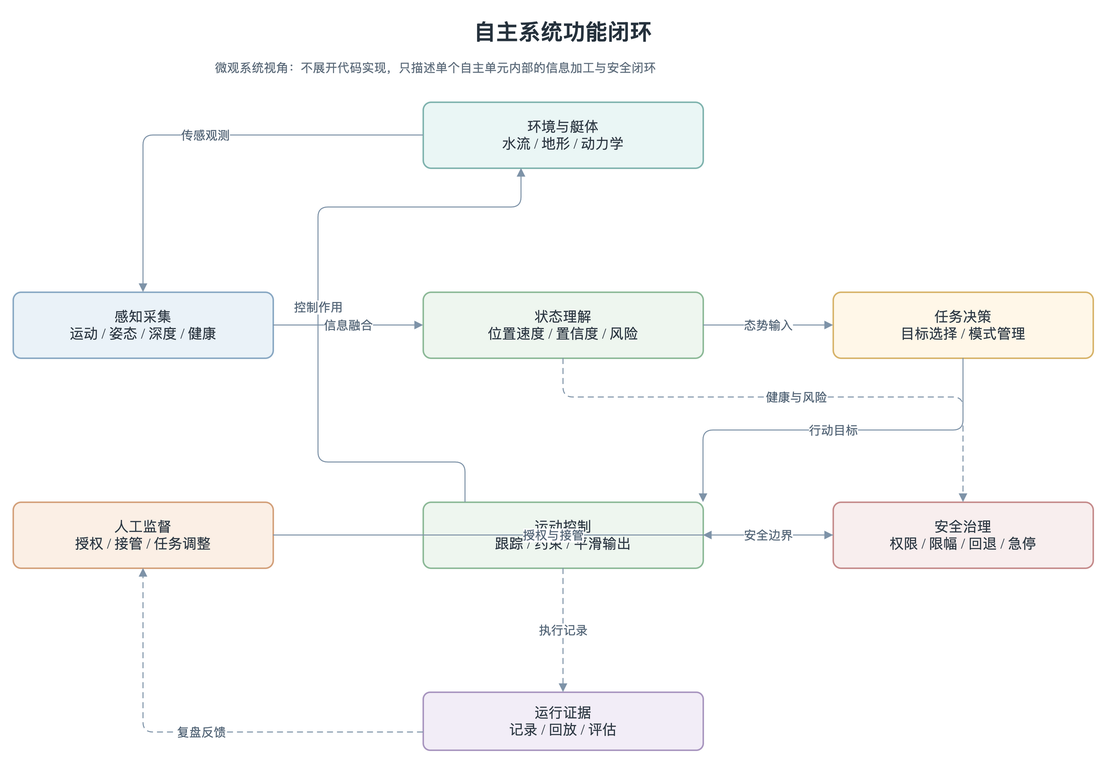
This is docs/thesis/figures/architecture/auv_system_autonomy_functional_loop.drawio.png from 360ZMEM/AUV-Master-Project, a draw.io export, as it was before one commit. Source tidied: cells renumbered, new cells last; positions are measured from the earlier drawing's top-left corner, leaving out a move shared by most shapes.
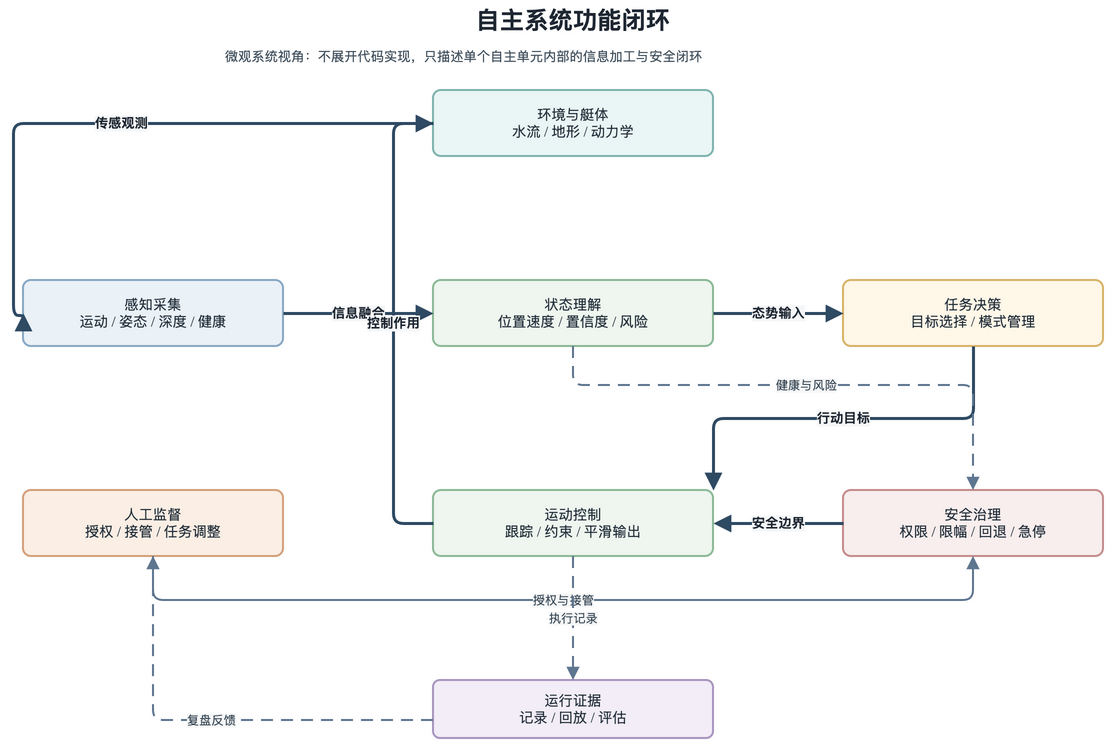
Later version of the same file.

The edit, as a diff of the source:
```diff
@@ -2,63 +2,73 @@
   <root>
     <mxCell id="0" />
     <mxCell id="1" parent="0" />
-    <mxCell id="2" value="自主系统功能闭环" style="text;html=1;strokeColor=none;fillColor=none;align=center;verticalAlign=middle;whiteSpace=wrap;rounded=0;fontFamily=Noto Serif CJK SC,Times New Roman;fontSize=22;fontStyle=1;fontColor=#26323D;" parent="1" vertex="1">
+    <mxCell id="2" value="自主系统功能闭环" style="text;html=1;strokeColor=none;fillColor=none;align=center;verticalAlign=middle;whiteSpace=wrap;rounded=0;fontFamily=Noto Serif CJK SC,Times New Roman;fontSize=24;fontStyle=1;fontColor=#1E2732;" parent="1" vertex="1">
       <mxGeometry x="240" width="620" height="40" as="geometry" />
     </mxCell>
-    <mxCell id="3" value="微观系统视角：不展开代码实现，只描述单个自主单元内部的信息加工与安全闭环" style="text;html=1;strokeColor=none;fillColor=none;align=left;verticalAlign=top;whiteSpace=wrap;rounded=0;fontFamily=Noto Serif CJK SC,Times New Roman;fontSize=12;fontColor=#5C6B7A;" parent="1" vertex="1">
+    <mxCell id="3" value="微观系统视角：不展开代码实现，只描述单个自主单元内部的信息加工与安全闭环" style="text;html=1;strokeColor=none;fillColor=none;align=left;verticalAlign=top;whiteSpace=wrap;rounded=0;fontFamily=Noto Serif CJK SC,Times New Roman;fontSize=13;fontColor=#43525F;" parent="1" vertex="1">
       <mxGeometry x="200" y="42" width="720" height="34" as="geometry" />
     </mxCell>
-    <mxCell id="4" value="环境与艇体&#10;水流 / 地形 / 动力学" style="rounded=1;whiteSpace=wrap;html=1;arcSize=12;fillColor=#EAF6F5;strokeColor=#80B4AF;strokeWidth=1.5;spacing=8;fontFamily=Noto Serif CJK SC,Times New Roman;fontSize=14;fontColor=#2F3A45;" parent="1" vertex="1">
+    <mxCell id="4" value="环境与艇体&#10;水流 / 地形 / 动力学" style="rounded=1;whiteSpace=wrap;html=1;arcSize=12;fillColor=#EAF6F5;strokeColor=#80B4AF;strokeWidth=2;spacing=8;shadow=0;fontFamily=Noto Serif CJK SC,Times New Roman;fontSize=14;fontColor=#26323D;" parent="1" vertex="1">
       <mxGeometry x="410" y="90" width="280" height="66" as="geometry" />
     </mxCell>
-    <mxCell id="5" value="感知采集&#10;运动 / 姿态 / 深度 / 健康" style="rounded=1;whiteSpace=wrap;html=1;arcSize=12;fillColor=#EAF2F8;strokeColor=#8AA9C4;strokeWidth=1.5;spacing=8;fontFamily=Noto Serif CJK SC,Times New Roman;fontSize=14;fontColor=#2F3A45;" parent="1" vertex="1">
+    <mxCell id="5" value="感知采集&#10;运动 / 姿态 / 深度 / 健康" style="rounded=1;whiteSpace=wrap;html=1;arcSize=12;fillColor=#EAF2F8;strokeColor=#8AA9C4;strokeWidth=2;spacing=8;shadow=0;fontFamily=Noto Serif CJK SC,Times New Roman;fontSize=14;fontColor=#26323D;" parent="1" vertex="1">
       <mxGeometry y="280" width="260" height="66" as="geometry" />
     </mxCell>
-    <mxCell id="6" value="状态理解&#10;位置速度 / 置信度 / 风险" style="rounded=1;whiteSpace=wrap;html=1;arcSize=12;fillColor=#EEF6EF;strokeColor=#8DBA98;strokeWidth=1.5;spacing=8;fontFamily=Noto Serif CJK SC,Times New Roman;fontSize=14;fontColor=#2F3A45;" parent="1" vertex="1">
+    <mxCell id="6" value="状态理解&#10;位置速度 / 置信度 / 风险" style="rounded=1;whiteSpace=wrap;html=1;arcSize=12;fillColor=#EEF6EF;strokeColor=#8DBA98;strokeWidth=2;spacing=8;shadow=0;fontFamily=Noto Serif CJK SC,Times New Roman;fontSize=14;fontColor=#26323D;" parent="1" vertex="1">
       <mxGeometry x="410" y="280" width="280" height="66" as="geometry" />
     </mxCell>
-    <mxCell id="7" value="任务决策&#10;目标选择 / 模式管理" style="rounded=1;whiteSpace=wrap;html=1;arcSize=12;fillColor=#FFF7E8;strokeColor=#D8B46A;strokeWidth=1.5;spacing=8;fontFamily=Noto Serif CJK SC,Times New Roman;fontSize=14;fontColor=#2F3A45;" parent="1" vertex="1">
+    <mxCell id="7" value="任务决策&#10;目标选择 / 模式管理" style="rounded=1;whiteSpace=wrap;html=1;arcSize=12;fillColor=#FFF7E8;strokeColor=#D8B46A;strokeWidth=2;spacing=8;shadow=0;fontFamily=Noto Serif CJK SC,Times New Roman;fontSize=14;fontColor=#26323D;" parent="1" vertex="1">
       <mxGeometry x="820" y="280" width="260" height="66" as="geometry" />
     </mxCell>
-    <mxCell id="8" value="运动控制&#10;跟踪 / 约束 / 平滑输出" style="rounded=1;whiteSpace=wrap;html=1;arcSize=12;fillColor=#EEF6EF;strokeColor=#8DBA98;strokeWidth=1.5;spacing=8;fontFamily=Noto Serif CJK SC,Times New Roman;fontSize=14;fontColor=#2F3A45;" parent="1" vertex="1">
+    <mxCell id="8" value="运动控制&#10;跟踪 / 约束 / 平滑输出" style="rounded=1;whiteSpace=wrap;html=1;arcSize=12;fillColor=#EEF6EF;strokeColor=#8DBA98;strokeWidth=2;spacing=8;shadow=0;fontFamily=Noto Serif CJK SC,Times New Roman;fontSize=14;fontColor=#26323D;" parent="1" vertex="1">
       <mxGeometry x="410" y="490" width="280" height="66" as="geometry" />
     </mxCell>
-    <mxCell id="9" value="安全治理&#10;权限 / 限幅 / 回退 / 急停" style="rounded=1;whiteSpace=wrap;html=1;arcSize=12;fillColor=#F8EEEE;strokeColor=#C68C8C;strokeWidth=1.5;spacing=8;fontFamily=Noto Serif CJK SC,Times New Roman;fontSize=14;fontColor=#2F3A45;" parent="1" vertex="1">
+    <mxCell id="9" value="安全治理&#10;权限 / 限幅 / 回退 / 急停" style="rounded=1;whiteSpace=wrap;html=1;arcSize=12;fillColor=#F8EEEE;strokeColor=#C68C8C;strokeWidth=2;spacing=8;shadow=0;fontFamily=Noto Serif CJK SC,Times New Roman;fontSize=14;fontColor=#26323D;" parent="1" vertex="1">
       <mxGeometry x="820" y="490" width="260" height="66" as="geometry" />
     </mxCell>
-    <mxCell id="10" value="人工监督&#10;授权 / 接管 / 任务调整" style="rounded=1;whiteSpace=wrap;html=1;arcSize=12;fillColor=#FBEFE5;strokeColor=#D4A17B;strokeWidth=1.5;spacing=8;fontFamily=Noto Serif CJK SC,Times New Roman;fontSize=14;fontColor=#2F3A45;" parent="1" vertex="1">
+    <mxCell id="10" value="人工监督&#10;授权 / 接管 / 任务调整" style="rounded=1;whiteSpace=wrap;html=1;arcSize=12;fillColor=#FBEFE5;strokeColor=#D4A17B;strokeWidth=2;spacing=8;shadow=0;fontFamily=Noto Serif CJK SC,Times New Roman;fontSize=14;fontColor=#26323D;" parent="1" vertex="1">
       <mxGeometry y="490" width="260" height="66" as="geometry" />
     </mxCell>
-    <mxCell id="11" value="运行证据&#10;记录 / 回放 / 评估" style="rounded=1;whiteSpace=wrap;html=1;arcSize=12;fillColor=#F2EDF7;strokeColor=#A996C0;strokeWidth=1.5;spacing=8;fontFamily=Noto Serif CJK SC,Times New Roman;fontSize=14;fontColor=#2F3A45;" parent="1" vertex="1">
+    <mxCell id="11" value="运行证据&#10;记录 / 回放 / 评估" style="rounded=1;whiteSpace=wrap;html=1;arcSize=12;fillColor=#F2EDF7;strokeColor=#A996C0;strokeWidth=2;spacing=8;shadow=0;fontFamily=Noto Serif CJK SC,Times New Roman;fontSize=14;fontColor=#26323D;" parent="1" vertex="1">
       <mxGeometry x="410" y="680" width="280" height="58" as="geometry" />
     </mxCell>
-    <mxCell id="12" value="传感观测" style="edgeStyle=orthogonalEdgeStyle;rounded=1;jettySize=auto;html=1;strokeColor=#7E93A8;fontColor=#536577;fontSize=12;endArrow=block;endFill=1;exitX=0;entryX=0.5;entryY=0;" parent="1" edge="1" source="4" target="5">
-      <mxGeometry relative="1" as="geometry" />
+    <mxCell id="12" value="传感观测" style="edgeStyle=orthogonalEdgeStyle;rounded=1;jettySize=auto;html=1;strokeColor=#2F4A63;fontColor=#1E2732;fontSize=13;fontStyle=1;strokeWidth=3;labelBackgroundColor=#F6F7F8;labelBorderColor=none;endArrow=block;endFill=1;endSize=10;exitX=0;exitY=0.5;entryX=0;entryY=0.5;" parent="1" edge="1" source="4" target="5">
+      <mxGeometry relative="1" as="geometry">
+        <Array as="points">
+          <mxPoint x="-10" y="123" />
+          <mxPoint x="-10" y="315" />
+        </Array>
+      </mxGeometry>
     </mxCell>
-    <mxCell id="13" value="信息融合" style="edgeStyle=orthogonalEdgeStyle;rounded=1;jettySize=auto;html=1;strokeColor=#7E93A8;fontColor=#536577;fontSize=12;endArrow=block;endFill=1;exitX=1;entryX=0;" parent="1" edge="1" source="5" target="6">
+    <mxCell id="13" value="信息融合" style="edgeStyle=orthogonalEdgeStyle;rounded=1;jettySize=auto;html=1;strokeColor=#2F4A63;fontColor=#1E2732;fontSize=13;fontStyle=1;strokeWidth=3;labelBackgroundColor=#F6F7F8;labelBorderColor=none;endArrow=block;endFill=1;endSize=10;exitX=1;entryX=0;" parent="1" edge="1" source="5" target="6">
       <mxGeometry relative="1" as="geometry" />
     </mxCell>
-    <mxCell id="14" value="态势输入" style="edgeStyle=orthogonalEdgeStyle;rounded=1;jettySize=auto;html=1;strokeColor=#7E93A8;fontColor=#536577;fontSize=12;endArrow=block;endFill=1;exitX=1;entryX=0;" parent="1" edge="1" source="6" target="7">
+    <mxCell id="14" value="态势输入" style="edgeStyle=orthogonalEdgeStyle;rounded=1;jettySize=auto;html=1;strokeColor=#2F4A63;fontColor=#1E2732;fontSize=13;fontStyle=1;strokeWidth=3;labelBackgroundColor=#F6F7F8;labelBorderColor=none;endArrow=block;endFill=1;endSize=10;exitX=1;entryX=0;" parent="1" edge="1" source="6" target="7">
       <mxGeometry relative="1" as="geometry" />
     </mxCell>
-    <mxCell id="15" value="行动目标" style="edgeStyle=orthogonalEdgeStyle;rounded=1;jettySize=auto;html=1;strokeColor=#7E93A8;fontColor=#536577;fontSize=12;endArrow=block;endFill=1;exitX=0.5;exitY=1;entryX=1;entryY=0;" parent="1" edge="1" source="7" target="8">
+    <mxCell id="15" value="行动目标" style="edgeStyle=orthogonalEdgeStyle;rounded=1;jettySize=auto;html=1;strokeColor=#2F4A63;fontColor=#1E2732;fontSize=13;fontStyle=1;strokeWidth=3;labelBackgroundColor=#F6F7F8;labelBorderColor=none;endArrow=block;endFill=1;endSize=10;exitX=0.5;exitY=1;entryX=1;entryY=0;" parent="1" edge="1" source="7" target="8">
       <mxGeometry relative="1" as="geometry" />
     </mxCell>
-    <mxCell id="16" value="控制作用" style="edgeStyle=orthogonalEdgeStyle;rounded=1;jettySize=auto;html=1;strokeColor=#7E93A8;fontColor=#536577;fontSize=12;endArrow=block;endFill=1;exitX=0.15;exitY=0;entryX=0.35;entryY=1;" parent="1" edge="1" source="8" target="4">
+    <mxCell id="16" value="控制作用" style="edgeStyle=orthogonalEdgeStyle;rounded=1;jettySize=auto;html=1;strokeColor=#2F4A63;fontColor=#1E2732;fontSize=13;fontStyle=1;strokeWidth=3;labelBackgroundColor=#F6F7F8;labelBorderColor=none;endArrow=block;endFill=1;endSize=10;exitX=0;exitY=0.5;entryX=0;entryY=0.5;" parent="1" edge="1" source="8" target="4">
       <mxGeometry relative="1" as="geometry">
         <Array as="points">
-          <mxPoint x="305" y="450" />
-          <mxPoint x="305" y="195" />
+          <mxPoint x="370" y="523" />
+          <mxPoint x="370" y="123" />
         </Array>
       </mxGeometry>
     </mxCell>
-    <mxCell id="17" value="授权与接管" style="edgeStyle=orthogonalEdgeStyle;rounded=1;jettySize=auto;html=1;strokeColor=#7E93A8;fontColor=#536577;fontSize=12;endArrow=block;endFill=1;exitX=1;entryX=0;" parent="1" edge="1" source="10" target="9">
-      <mxGeometry relative="1" as="geometry" />
+    <mxCell id="17" value="授权与接管" style="edgeStyle=orthogonalEdgeStyle;rounded=1;jettySize=auto;html=1;strokeColor=#5F7690;fontColor=#3B4A57;fontSize=12;strokeWidth=2;labelBackgroundColor=#F6F7F8;labelBorderColor=none;endArrow=block;endFill=1;endSize=8;exitX=0.5;exitY=1;entryX=0.5;entryY=1;" parent="1" edge="1" source="10" target="9">
+      <mxGeometry relative="1" as="geometry">
+        <Array as="points">
+          <mxPoint x="130" y="600" />
+          <mxPoint x="950" y="600" />
+        </Array>
+      </mxGeometry>
     </mxCell>
-    <mxCell id="18" value="安全边界" style="edgeStyle=orthogonalEdgeStyle;rounded=1;jettySize=auto;html=1;strokeColor=#7E93A8;fontColor=#536577;fontSize=12;endArrow=block;endFill=1;exitX=0;entryX=1;" parent="1" edge="1" source="9" target="8">
+    <mxCell id="18" value="安全边界" style="edgeStyle=orthogonalEdgeStyle;rounded=1;jettySize=auto;html=1;strokeColor=#2F4A63;fontColor=#1E2732;fontSize=13;fontStyle=1;strokeWidth=3;labelBackgroundColor=#F6F7F8;labelBorderColor=none;endArrow=block;endFill=1;endSize=10;exitX=0;entryX=1;" parent="1" edge="1" source="9" target="8">
       <mxGeometry relative="1" as="geometry" />
     </mxCell>
-    <mxCell id="19" value="健康与风险" style="edgeStyle=orthogonalEdgeStyle;rounded=1;jettySize=auto;html=1;strokeColor=#7E93A8;fontColor=#536577;fontSize=12;endArrow=block;endFill=1;dashed=1;dashPattern=6 4;exitX=1;entryX=0.5;entryY=0;" parent="1" edge="1" source="6" target="9">
+    <mxCell id="19" value="健康与风险" style="edgeStyle=orthogonalEdgeStyle;rounded=1;jettySize=auto;html=1;strokeColor=#5F7690;fontColor=#3B4A57;fontSize=12;strokeWidth=2;labelBackgroundColor=#F6F7F8;labelBorderColor=none;endArrow=block;endFill=1;endSize=8;dashed=1;dashPattern=6 4;exitX=1;entryX=0.5;entryY=0;" parent="1" edge="1" source="6" target="9">
       <mxGeometry relative="1" as="geometry">
         <Array as="points">
           <mxPoint x="745" y="385" />
@@ -66,10 +76,10 @@
         </Array>
       </mxGeometry>
     </mxCell>
-    <mxCell id="20" value="执行记录" style="edgeStyle=orthogonalEdgeStyle;rounded=1;jettySize=auto;html=1;strokeColor=#7E93A8;fontColor=#536577;fontSize=12;endArrow=block;endFill=1;dashed=1;dashPattern=6 4;exitX=0.5;exitY=1;entryX=0.5;entryY=0;" parent="1" edge="1" source="8" target="11">
+    <mxCell id="20" value="执行记录" style="edgeStyle=orthogonalEdgeStyle;rounded=1;jettySize=auto;html=1;strokeColor=#5F7690;fontColor=#3B4A57;fontSize=12;strokeWidth=2;labelBackgroundColor=#F6F7F8;labelBorderColor=none;endArrow=block;endFill=1;endSize=8;dashed=1;dashPattern=6 4;exitX=0.5;exitY=1;entryX=0.5;entryY=0;" parent="1" edge="1" source="8" target="11">
       <mxGeometry relative="1" as="geometry" />
     </mxCell>
-    <mxCell id="21" value="复盘反馈" style="edgeStyle=orthogonalEdgeStyle;rounded=1;jettySize=auto;html=1;strokeColor=#7E93A8;fontColor=#536577;fontSize=12;endArrow=block;endFill=1;dashed=1;dashPattern=6 4;exitX=0;entryX=0.5;entryY=1;" parent="1" edge="1" source="11" target="10">
+    <mxCell id="21" value="复盘反馈" style="edgeStyle=orthogonalEdgeStyle;rounded=1;jettySize=auto;html=1;strokeColor=#5F7690;fontColor=#3B4A57;fontSize=12;strokeWidth=2;labelBackgroundColor=#F6F7F8;labelBorderColor=none;endArrow=block;endFill=1;endSize=8;dashed=1;dashPattern=6 4;exitX=0;entryX=0.5;entryY=1;" parent="1" edge="1" source="11" target="10">
       <mxGeometry relative="1" as="geometry">
         <Array as="points">
           <mxPoint x="130" y="720" />
```
